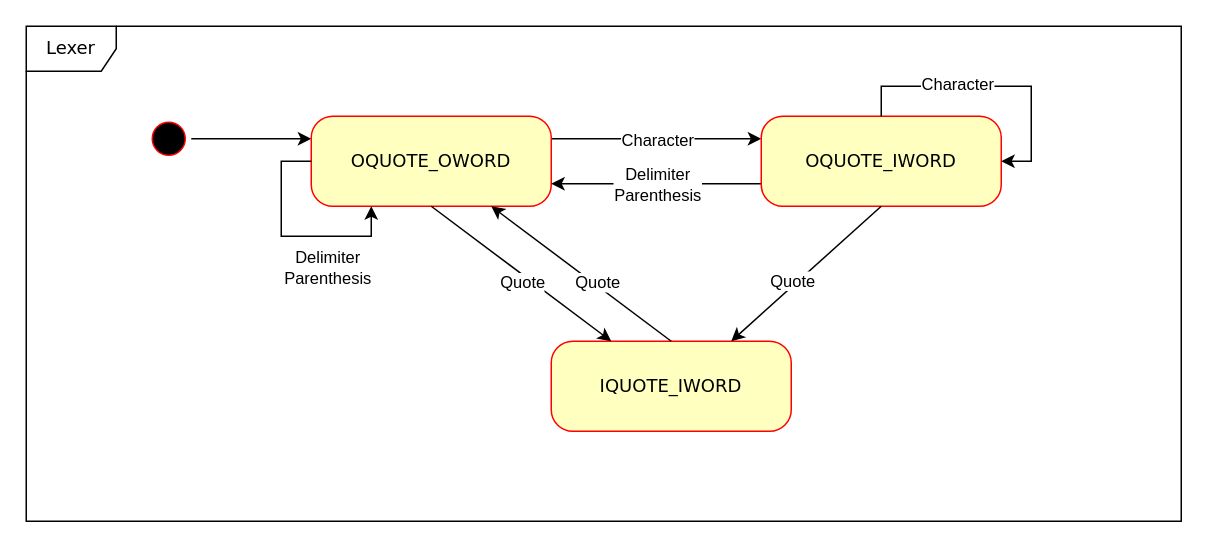
This is docs/Lexer_FSM.drawio from sandwichdoge/Scheme_Interpreter, a draw.io file, before an edit. Source tidied: cells renumbered, new cells numbered last; positions are measured from the earlier drawing's top-left corner, leaving out a move shared by most shapes. Both pictures are drawn from the tidied source at 150%, with x=0, y=0 at pixel (26, 26).
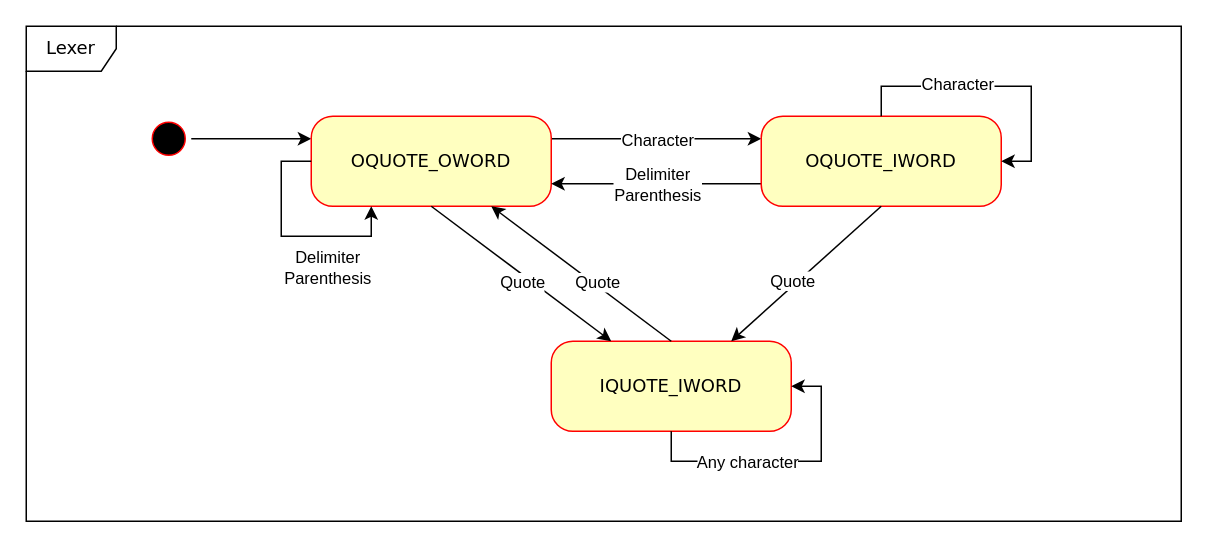
The same page after the edit.

Commit message (it also covers changes not shown here):
remove unnused function from AST, update Lexer FSM

Unchanged cells that the change refers to:
```xml
<mxCell id="11" value="IQUOTE_IWORD" style="rounded=1;whiteSpace=wrap;html=1;arcSize=24;fillColor=#ffffc0;strokeColor=#ff0000;shadow=0;comic=0;labelBackgroundColor=none;fontFamily=Verdana;fontSize=12;fontColor=#000000;align=center;" parent="1" vertex="1">
  <mxGeometry x="350" y="210" width="160" height="60" as="geometry" />
</mxCell>
```

The edit, as a diff of the source:
```diff
@@
+    <mxCell id="22" style="edgeStyle=orthogonalEdgeStyle;rounded=0;orthogonalLoop=1;jettySize=auto;html=1;exitX=0.5;exitY=1;exitDx=0;exitDy=0;entryX=1;entryY=0.5;entryDx=0;entryDy=0;" parent="1" edge="1" source="11" target="11">
+      <mxGeometry relative="1" as="geometry" />
+    </mxCell>
+    <mxCell id="23" value="Any character" style="edgeLabel;html=1;align=center;verticalAlign=middle;" parent="22" vertex="1">
+      <mxGeometry x="-0.41" relative="1" as="geometry">
+        <mxPoint x="14" as="offset" />
+      </mxGeometry>
+    </mxCell>
```
